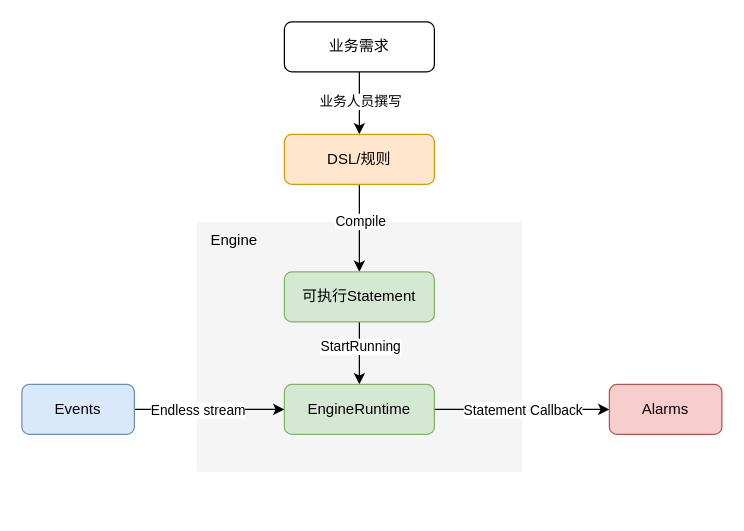
Above: 分析引擎底层实现分享.drawio in popvlovs/popvlovs-repository (draw.io), before the change. Source tidied: cells renumbered, new cells numbered last; positions are measured from the earlier drawing's top-left corner, leaving out a move shared by most shapes. Both pictures are drawn from the tidied source at 125%, with x=0, y=0 at pixel (21, 21).
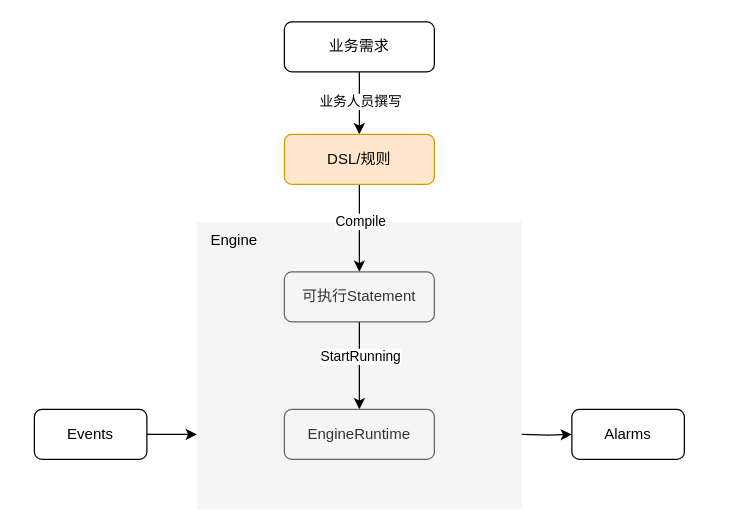
After the change.

Commit message (it also covers changes not shown here):
更新分析引擎底层实现分享.drawio

The edit, as a diff of the source:
```diff
@@
     <mxCell id="2" style="rounded=0;whiteSpace=wrap;html=1;fillColor=#f5f5f5;fontColor=#333333;strokeColor=none;" parent="1" vertex="1">
-      <mxGeometry x="140" y="160" width="260" height="200" as="geometry" />
+      <mxGeometry x="140" y="160" width="260" height="230" as="geometry" />
     </mxCell>
@@
-    <mxCell id="11" value="可执行Statement" style="rounded=1;whiteSpace=wrap;html=1;fillColor=#d5e8d4;strokeColor=#82b366;" parent="1" vertex="1">
+    <mxCell id="11" value="可执行Statement" style="rounded=1;whiteSpace=wrap;html=1;fillColor=#f5f5f5;fontColor=#333333;strokeColor=#666666;" parent="1" vertex="1">
       <mxGeometry x="210" y="200" width="120" height="40" as="geometry" />
     </mxCell>
-    <mxCell id="12" style="edgeStyle=orthogonalEdgeStyle;rounded=0;jettySize=auto;html=1;" parent="1" edge="1" source="14" target="18">
-      <mxGeometry relative="1" as="geometry" />
+    <mxCell id="12" style="edgeStyle=orthogonalEdgeStyle;rounded=0;jettySize=auto;html=1;exitX=1;exitY=0.5;exitDx=0;exitDy=0;" parent="1" edge="1" target="18">
+      <mxGeometry relative="1" as="geometry">
+        <mxPoint x="400" y="330" as="sourcePoint" />
+      </mxGeometry>
     </mxCell>
-    <mxCell id="13" value="Statement Callback" style="edgeLabel;html=1;align=center;verticalAlign=middle;" parent="12" vertex="1">
-      <mxGeometry x="-0.18" y="1" relative="1" as="geometry">
-        <mxPoint x="13" y="1" as="offset" />
-      </mxGeometry>
-    </mxCell>
-    <mxCell id="14" value="EngineRuntime" style="rounded=1;whiteSpace=wrap;html=1;fillColor=#d5e8d4;strokeColor=#82b366;" parent="1" vertex="1">
-      <mxGeometry x="210" y="290" width="120" height="40" as="geometry" />
+    <mxCell id="14" value="EngineRuntime" style="rounded=1;whiteSpace=wrap;html=1;fillColor=#f5f5f5;fontColor=#333333;strokeColor=#666666;" parent="1" vertex="1">
+      <mxGeometry x="210" y="310" width="120" height="40" as="geometry" />
     </mxCell>
-    <mxCell id="15" style="edgeStyle=orthogonalEdgeStyle;rounded=0;jettySize=auto;html=1;" parent="1" edge="1" source="17" target="14">
-      <mxGeometry relative="1" as="geometry" />
+    <mxCell id="15" style="edgeStyle=orthogonalEdgeStyle;rounded=0;jettySize=auto;html=1;entryX=0;entryY=0.5;entryDx=0;entryDy=0;" parent="1" edge="1" source="17">
+      <mxGeometry relative="1" as="geometry">
+        <mxPoint x="140" y="330" as="targetPoint" />
+      </mxGeometry>
     </mxCell>
-    <mxCell id="16" value="Endless stream" style="edgeLabel;html=1;align=center;verticalAlign=middle;" parent="15" vertex="1">
-      <mxGeometry x="-0.2" y="-2" relative="1" as="geometry">
-        <mxPoint x="2" y="-2" as="offset" />
-      </mxGeometry>
-    </mxCell>
-    <mxCell id="17" value="Events" style="rounded=1;whiteSpace=wrap;html=1;fillColor=#dae8fc;strokeColor=#6c8ebf;" parent="1" vertex="1">
-      <mxGeometry y="290" width="90" height="40" as="geometry" />
+    <mxCell id="17" value="Events" style="rounded=1;whiteSpace=wrap;html=1;" parent="1" vertex="1">
+      <mxGeometry x="10" y="310" width="90" height="40" as="geometry" />
     </mxCell>
-    <mxCell id="18" value="Alarms" style="rounded=1;whiteSpace=wrap;html=1;fillColor=#f8cecc;strokeColor=#b85450;" parent="1" vertex="1">
-      <mxGeometry x="470" y="290" width="90" height="40" as="geometry" />
+    <mxCell id="18" value="Alarms" style="rounded=1;whiteSpace=wrap;html=1;" parent="1" vertex="1">
+      <mxGeometry x="440" y="310" width="90" height="40" as="geometry" />
     </mxCell>
```
